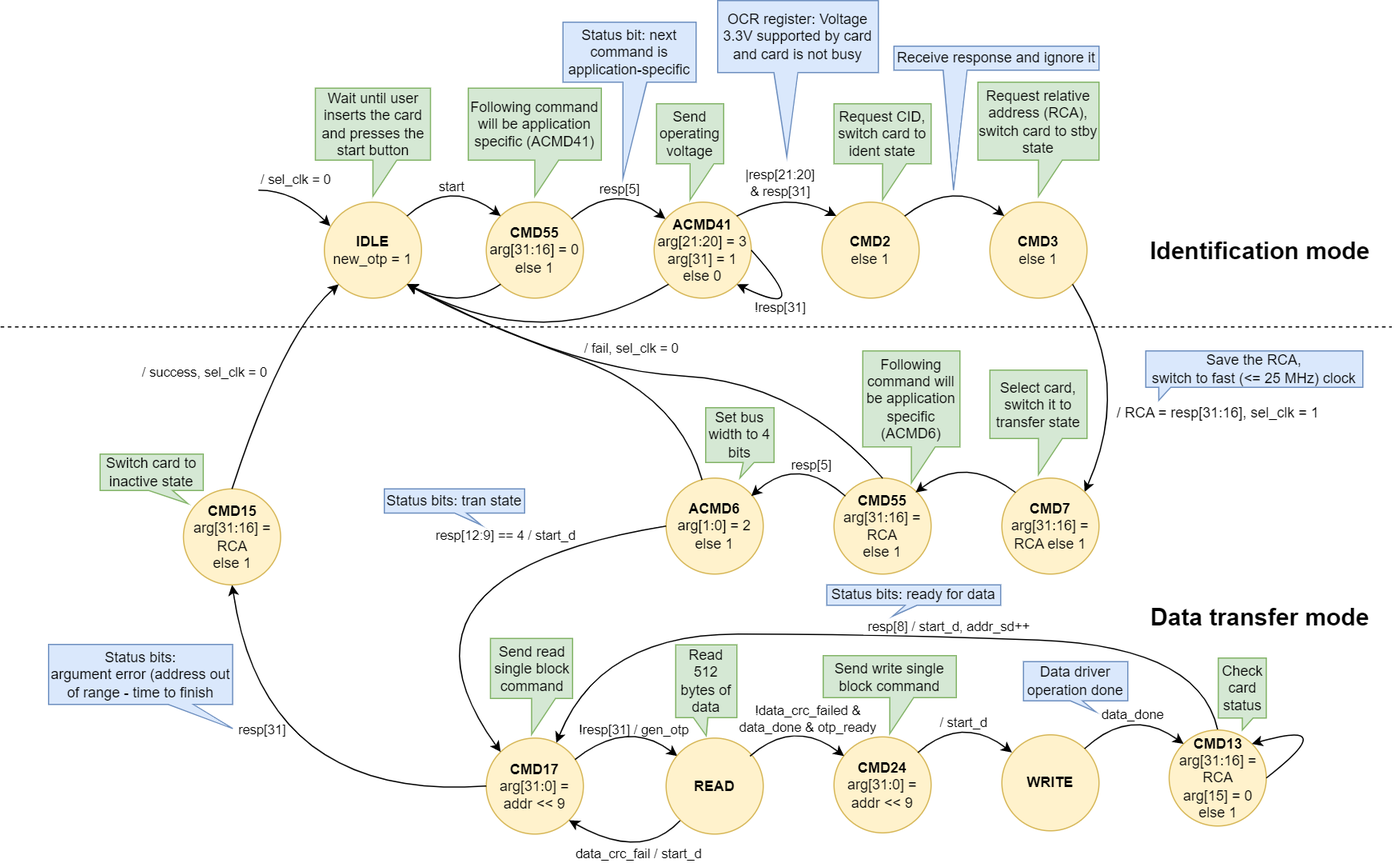
The draw.io diagram docs/SD/SD_fpga_states.png in sirazenkov/GhostSD, before a commit. Source tidied: cells renumbered, new cells last; positions are measured from the earlier drawing's top-left corner, leaving out a move shared by most shapes.
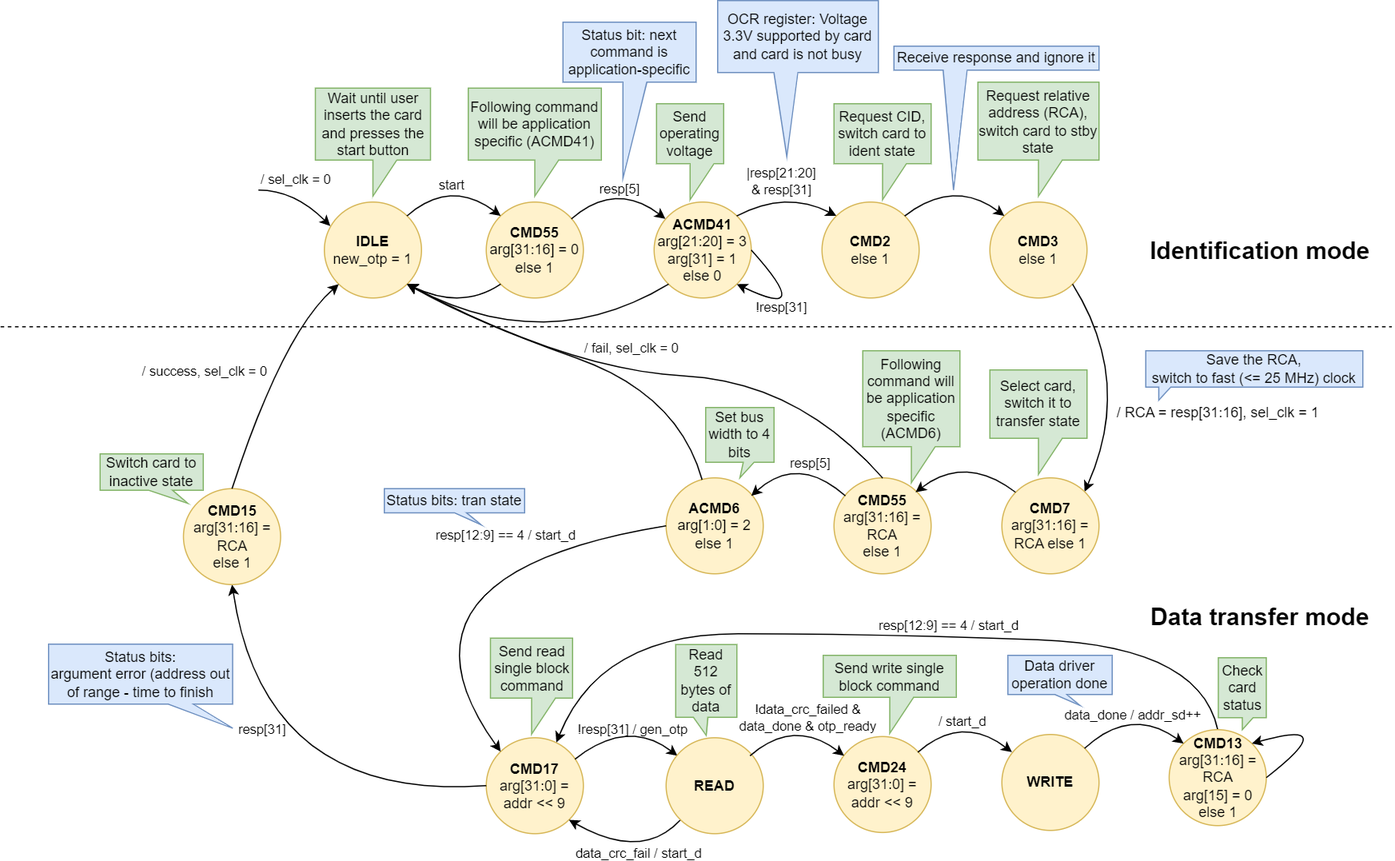
After the commit.

The edit, as a diff of the source:
```diff
@@ -165,9 +165,9 @@
         </Array>
       </mxGeometry>
     </mxCell>
-    <mxCell id="32" value="&amp;nbsp;resp[8] / start_d, addr_sd++" style="edgeLabel;html=1;align=center;verticalAlign=middle;" parent="31" vertex="1">
+    <mxCell id="32" value="&amp;nbsp;resp[12:9] == 4 / start_d" style="edgeLabel;html=1;align=center;verticalAlign=middle;" parent="31" vertex="1">
       <mxGeometry x="-0.22" y="13" relative="1" as="geometry">
-        <mxPoint x="-23" y="-23" as="offset" />
+        <mxPoint x="-23" y="-24" as="offset" />
       </mxGeometry>
     </mxCell>
     <mxCell id="33" style="curved=1;endArrow=classic;html=1;rounded=0;exitX=0;exitY=0.5;exitDx=0;exitDy=0;entryX=0.5;entryY=1;entryDx=0;entryDy=0;" parent="1" edge="1" source="25" target="35">
@@ -362,9 +362,9 @@
         </Array>
       </mxGeometry>
     </mxCell>
-    <mxCell id="76" value="data_done" style="edgeLabel;html=1;align=center;verticalAlign=middle;" parent="75" vertex="1">
+    <mxCell id="76" value="data_done / addr_sd++" style="edgeLabel;html=1;align=center;verticalAlign=middle;" parent="75" vertex="1">
       <mxGeometry x="0.14" y="-10" relative="1" as="geometry">
-        <mxPoint y="-6" as="offset" />
+        <mxPoint x="-1" y="-6" as="offset" />
       </mxGeometry>
     </mxCell>
     <mxCell id="77" style="curved=1;endArrow=classic;html=1;rounded=0;entryX=1;entryY=0;entryDx=0;entryDy=0;exitX=1;exitY=0.5;exitDx=0;exitDy=0;" parent="1" edge="1" source="74" target="74">
@@ -374,11 +374,8 @@
         </Array>
       </mxGeometry>
     </mxCell>
-    <mxCell id="78" value="Status bits: ready for data" style="shape=callout;whiteSpace=wrap;html=1;perimeter=calloutPerimeter;fillColor=#dae8fc;strokeColor=#6c8ebf;size=9;position=0.45;position2=0.38;base=10;" parent="1" vertex="1">
-      <mxGeometry x="689" y="487" width="145" height="26" as="geometry" />
-    </mxCell>
     <mxCell id="79" value="Data driver operation done" style="shape=callout;whiteSpace=wrap;html=1;perimeter=calloutPerimeter;fillColor=#dae8fc;strokeColor=#6c8ebf;size=9;position=0.45;position2=0.69;base=10;" parent="1" vertex="1">
-      <mxGeometry x="853" y="551" width="87" height="41.7" as="geometry" />
+      <mxGeometry x="840" y="546" width="87" height="41.7" as="geometry" />
     </mxCell>
   </root>
 </mxGraphModel>
```
